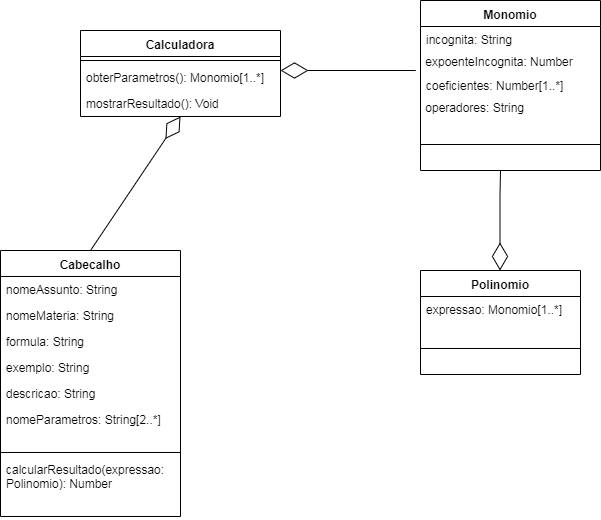
Before: Documentação/DiagramaClasses.png, a diagram exported from draw.io (Rudigus/projeto-orbit). Source tidied: cells renumbered, new cells last; positions are measured from the earlier drawing's top-left corner, leaving out a move shared by most shapes. Its diagram source:
```xml
<mxGraphModel background="#ffffff">
  <root>
    <mxCell id="0" />
    <mxCell id="1" parent="0" />
    <mxCell id="2" style="endArrow=diamondThin;endFill=0;endSize=24;html=1;exitX=0.5;exitY=0;exitDx=0;exitDy=0;entryX=0.5;entryY=1;entryDx=0;entryDy=0;entryPerimeter=0;" parent="1" edge="1" source="7" target="6">
      <mxGeometry relative="1" as="geometry" />
    </mxCell>
    <mxCell id="3" value="Calculadora" style="swimlane;fontStyle=1;align=center;verticalAlign=top;horizontal=1;startSize=26;" parent="1" vertex="1">
      <mxGeometry x="80" y="30" width="200" height="86" as="geometry" />
    </mxCell>
    <mxCell id="4" style="line;strokeWidth=1;fillColor=none;align=left;verticalAlign=middle;spacingTop=-1;spacingLeft=3;spacingRight=3;labelPosition=right;" parent="3" vertex="1">
      <mxGeometry y="26" width="200" height="8" as="geometry" />
    </mxCell>
    <mxCell id="5" value="obterParametros(): Monomio[1..*]" style="text;html=1;strokeColor=none;fillColor=none;align=left;verticalAlign=top;spacingLeft=4;spacingRight=4;whiteSpace=wrap;overflow=hidden;points=[[0,0.5],[1,0.5]];portConstraint=eastwest;" parent="3" vertex="1">
      <mxGeometry y="34" width="200" height="26" as="geometry" />
    </mxCell>
    <mxCell id="6" value="mostrarResultado(): Void" style="text;html=1;strokeColor=none;fillColor=none;align=left;verticalAlign=top;spacingLeft=4;spacingRight=4;whiteSpace=wrap;overflow=hidden;points=[[0,0.5],[1,0.5]];portConstraint=eastwest;" parent="3" vertex="1">
      <mxGeometry y="60" width="200" height="26" as="geometry" />
    </mxCell>
    <mxCell id="7" value="Cabecalho" style="swimlane;fontStyle=1;align=center;verticalAlign=top;horizontal=1;startSize=26;" parent="1" vertex="1">
      <mxGeometry y="250" width="180" height="266" as="geometry" />
    </mxCell>
    <mxCell id="8" value="nomeAssunto: String" style="text;html=1;strokeColor=none;fillColor=none;align=left;verticalAlign=top;spacingLeft=4;spacingRight=4;whiteSpace=wrap;overflow=hidden;" parent="7" vertex="1">
      <mxGeometry y="26" width="180" height="26" as="geometry" />
    </mxCell>
    <mxCell id="9" value="nomeMateria: String" style="text;html=1;strokeColor=none;fillColor=none;align=left;verticalAlign=top;spacingLeft=4;spacingRight=4;whiteSpace=wrap;overflow=hidden;" parent="7" vertex="1">
      <mxGeometry y="52" width="180" height="26" as="geometry" />
    </mxCell>
    <mxCell id="10" value="formula: String" style="text;html=1;strokeColor=none;fillColor=none;align=left;verticalAlign=top;spacingLeft=4;spacingRight=4;whiteSpace=wrap;overflow=hidden;" parent="7" vertex="1">
      <mxGeometry y="78" width="180" height="26" as="geometry" />
    </mxCell>
    <mxCell id="11" value="exemplo: String" style="text;html=1;strokeColor=none;fillColor=none;align=left;verticalAlign=top;spacingLeft=4;spacingRight=4;whiteSpace=wrap;overflow=hidden;" parent="7" vertex="1">
      <mxGeometry y="104" width="180" height="26" as="geometry" />
    </mxCell>
    <mxCell id="12" value="descricao: String" style="text;html=1;strokeColor=none;fillColor=none;align=left;verticalAlign=top;spacingLeft=4;spacingRight=4;whiteSpace=wrap;overflow=hidden;" parent="7" vertex="1">
      <mxGeometry y="130" width="180" height="26" as="geometry" />
    </mxCell>
    <mxCell id="13" value="nomeParametros: String[2..*]" style="text;html=1;strokeColor=none;fillColor=none;align=left;verticalAlign=top;spacingLeft=4;spacingRight=4;whiteSpace=wrap;overflow=hidden;" parent="7" vertex="1">
      <mxGeometry y="156" width="180" height="42" as="geometry" />
    </mxCell>
    <mxCell id="14" style="line;strokeWidth=1;fillColor=none;align=left;verticalAlign=middle;spacingTop=-1;spacingLeft=3;spacingRight=3;labelPosition=right;" parent="7" vertex="1">
      <mxGeometry y="198" width="180" height="8" as="geometry" />
    </mxCell>
    <mxCell id="15" value="calcularResultado(expressao: Polinomio): Number" style="text;html=1;strokeColor=none;fillColor=none;align=left;verticalAlign=top;spacingLeft=4;spacingRight=4;overflow=hidden;whiteSpace=wrap;" parent="7" vertex="1">
      <mxGeometry y="206" width="180" height="60" as="geometry" />
    </mxCell>
    <mxCell id="16" value="Monomio" style="swimlane;fontStyle=1;align=center;verticalAlign=top;horizontal=1;startSize=26;" parent="1" vertex="1">
      <mxGeometry x="420" width="180" height="170" as="geometry" />
    </mxCell>
    <mxCell id="17" value="incognita: String" style="text;html=1;strokeColor=none;fillColor=none;align=left;verticalAlign=top;spacingLeft=4;spacingRight=4;whiteSpace=wrap;overflow=hidden;" parent="16" vertex="1">
      <mxGeometry y="26" width="180" height="26" as="geometry" />
    </mxCell>
    <mxCell id="18" value="&amp;nbsp;expoenteIncognita: Number" style="text;html=1;align=left;verticalAlign=top;spacingTop=-4;" parent="16" vertex="1">
      <mxGeometry y="52" width="180" height="20" as="geometry" />
    </mxCell>
    <mxCell id="19" value="coeficientes: Number[1..*]" style="text;html=1;strokeColor=none;fillColor=none;align=left;verticalAlign=top;spacingLeft=4;spacingRight=4;whiteSpace=wrap;overflow=hidden;points=[[0,0.5],[1,0.5]];portConstraint=eastwest;" parent="16" vertex="1">
      <mxGeometry y="72" width="180" height="26" as="geometry" />
    </mxCell>
    <mxCell id="20" value="&amp;nbsp;operadores: String" style="text;html=1;align=left;verticalAlign=top;spacingTop=-4;fontColor=none;" parent="16" vertex="1">
      <mxGeometry y="98" width="180" height="20" as="geometry" />
    </mxCell>
    <mxCell id="21" style="line;strokeWidth=1;fillColor=none;align=left;verticalAlign=middle;spacingTop=-1;spacingLeft=3;spacingRight=3;labelPosition=right;" parent="16" vertex="1">
      <mxGeometry y="118" width="180" height="52" as="geometry" />
    </mxCell>
    <mxCell id="22" value="Polinomio" style="swimlane;fontStyle=1;align=center;verticalAlign=top;horizontal=1;startSize=26;" parent="1" vertex="1">
      <mxGeometry x="420" y="270" width="160" height="104" as="geometry" />
    </mxCell>
    <mxCell id="23" value="expressao: Monomio[1..*]" style="text;html=1;strokeColor=none;fillColor=none;align=left;verticalAlign=top;spacingLeft=4;spacingRight=4;whiteSpace=wrap;overflow=hidden;" parent="22" vertex="1">
      <mxGeometry y="26" width="160" height="26" as="geometry" />
    </mxCell>
    <mxCell id="24" style="line;strokeWidth=1;fillColor=none;align=left;verticalAlign=middle;spacingTop=-1;spacingLeft=3;spacingRight=3;labelPosition=right;" parent="22" vertex="1">
      <mxGeometry y="52" width="160" height="52" as="geometry" />
    </mxCell>
    <mxCell id="25" style="endArrow=diamondThin;endFill=0;endSize=25;html=1;targetPerimeterSpacing=5;sourcePerimeterSpacing=1;" parent="1" edge="1">
      <mxGeometry relative="1" as="geometry">
        <mxPoint x="500" y="170" as="sourcePoint" />
        <mxPoint x="499.5" y="270" as="targetPoint" />
        <Array as="points">
          <mxPoint x="499.5" y="194.5" />
        </Array>
      </mxGeometry>
    </mxCell>
    <mxCell id="26" style="endArrow=diamondThin;endFill=0;endSize=25;html=1;targetPerimeterSpacing=5;sourcePerimeterSpacing=1;" parent="1" edge="1">
      <mxGeometry relative="1" as="geometry">
        <mxPoint x="340" y="70" as="sourcePoint" />
        <mxPoint x="280" y="70" as="targetPoint" />
        <Array as="points">
          <mxPoint x="420" y="70" />
        </Array>
      </mxGeometry>
    </mxCell>
  </root>
</mxGraphModel>
```
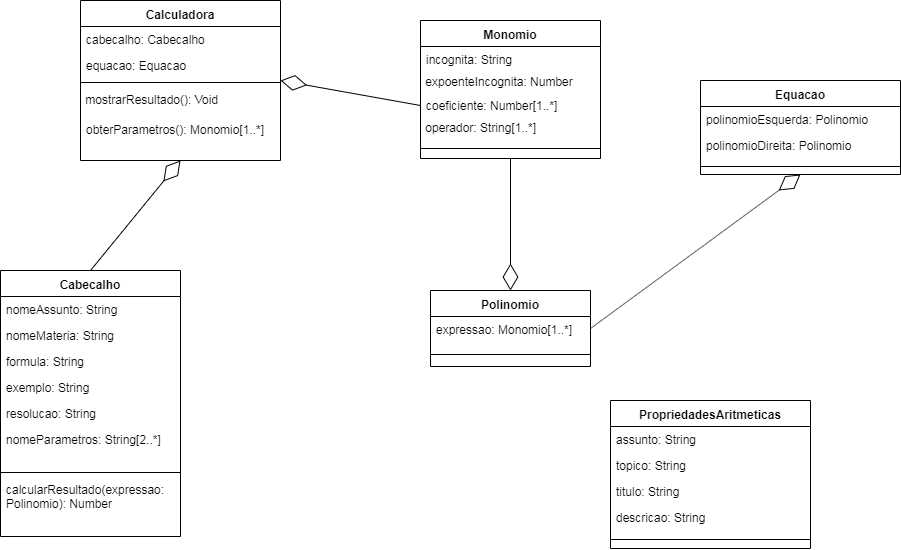
After the change.

Commit message:
mudança ddo diagrama de classes

The edit, as a diff of the source:
```diff
@@ -2,21 +2,9 @@
   <root>
     <mxCell id="0" />
     <mxCell id="1" parent="0" />
-    <mxCell id="2" style="endArrow=diamondThin;endFill=0;endSize=24;html=1;exitX=0.5;exitY=0;exitDx=0;exitDy=0;entryX=0.5;entryY=1;entryDx=0;entryDy=0;entryPerimeter=0;" parent="1" edge="1" source="7" target="6">
+    <mxCell id="2" style="endArrow=diamondThin;endFill=0;endSize=24;html=1;exitX=0.5;exitY=0;exitDx=0;exitDy=0;entryX=0.5;entryY=1;entryDx=0;entryDy=0;entryPerimeter=0;" parent="1" edge="1" source="7" target="5">
       <mxGeometry relative="1" as="geometry" />
     </mxCell>
-    <mxCell id="3" value="Calculadora" style="swimlane;fontStyle=1;align=center;verticalAlign=top;horizontal=1;startSize=26;" parent="1" vertex="1">
-      <mxGeometry x="80" y="30" width="200" height="86" as="geometry" />
-    </mxCell>
-    <mxCell id="4" style="line;strokeWidth=1;fillColor=none;align=left;verticalAlign=middle;spacingTop=-1;spacingLeft=3;spacingRight=3;labelPosition=right;" parent="3" vertex="1">
-      <mxGeometry y="26" width="200" height="8" as="geometry" />
-    </mxCell>
-    <mxCell id="5" value="obterParametros(): Monomio[1..*]" style="text;html=1;strokeColor=none;fillColor=none;align=left;verticalAlign=top;spacingLeft=4;spacingRight=4;whiteSpace=wrap;overflow=hidden;points=[[0,0.5],[1,0.5]];portConstraint=eastwest;" parent="3" vertex="1">
-      <mxGeometry y="34" width="200" height="26" as="geometry" />
-    </mxCell>
-    <mxCell id="6" value="mostrarResultado(): Void" style="text;html=1;strokeColor=none;fillColor=none;align=left;verticalAlign=top;spacingLeft=4;spacingRight=4;whiteSpace=wrap;overflow=hidden;points=[[0,0.5],[1,0.5]];portConstraint=eastwest;" parent="3" vertex="1">
-      <mxGeometry y="60" width="200" height="26" as="geometry" />
-    </mxCell>
     <mxCell id="7" value="Cabecalho" style="swimlane;fontStyle=1;align=center;verticalAlign=top;horizontal=1;startSize=26;" parent="1" vertex="1">
       <mxGeometry y="250" width="180" height="266" as="geometry" />
     </mxCell>
@@ -32,7 +20,7 @@
     <mxCell id="11" value="exemplo: String" style="text;html=1;strokeColor=none;fillColor=none;align=left;verticalAlign=top;spacingLeft=4;spacingRight=4;whiteSpace=wrap;overflow=hidden;" parent="7" vertex="1">
       <mxGeometry y="104" width="180" height="26" as="geometry" />
     </mxCell>
-    <mxCell id="12" value="descricao: String" style="text;html=1;strokeColor=none;fillColor=none;align=left;verticalAlign=top;spacingLeft=4;spacingRight=4;whiteSpace=wrap;overflow=hidden;" parent="7" vertex="1">
+    <mxCell id="12" value="resolucao: String" style="text;html=1;strokeColor=none;fillColor=none;align=left;verticalAlign=top;spacingLeft=4;spacingRight=4;whiteSpace=wrap;overflow=hidden;" parent="7" vertex="1">
       <mxGeometry y="130" width="180" height="26" as="geometry" />
     </mxCell>
     <mxCell id="13" value="nomeParametros: String[2..*]" style="text;html=1;strokeColor=none;fillColor=none;align=left;verticalAlign=top;spacingLeft=4;spacingRight=4;whiteSpace=wrap;overflow=hidden;" parent="7" vertex="1">
@@ -45,7 +33,7 @@
       <mxGeometry y="206" width="180" height="60" as="geometry" />
     </mxCell>
     <mxCell id="16" value="Monomio" style="swimlane;fontStyle=1;align=center;verticalAlign=top;horizontal=1;startSize=26;" parent="1" vertex="1">
-      <mxGeometry x="420" width="180" height="170" as="geometry" />
+      <mxGeometry x="420" width="180" height="138" as="geometry" />
     </mxCell>
     <mxCell id="17" value="incognita: String" style="text;html=1;strokeColor=none;fillColor=none;align=left;verticalAlign=top;spacingLeft=4;spacingRight=4;whiteSpace=wrap;overflow=hidden;" parent="16" vertex="1">
       <mxGeometry y="26" width="180" height="26" as="geometry" />
@@ -53,41 +41,82 @@
     <mxCell id="18" value="&amp;nbsp;expoenteIncognita: Number" style="text;html=1;align=left;verticalAlign=top;spacingTop=-4;" parent="16" vertex="1">
       <mxGeometry y="52" width="180" height="20" as="geometry" />
     </mxCell>
-    <mxCell id="19" value="coeficientes: Number[1..*]" style="text;html=1;strokeColor=none;fillColor=none;align=left;verticalAlign=top;spacingLeft=4;spacingRight=4;whiteSpace=wrap;overflow=hidden;points=[[0,0.5],[1,0.5]];portConstraint=eastwest;" parent="16" vertex="1">
+    <mxCell id="19" value="coeficiente: Number[1..*]" style="text;html=1;strokeColor=none;fillColor=none;align=left;verticalAlign=top;spacingLeft=4;spacingRight=4;whiteSpace=wrap;overflow=hidden;points=[[0,0.5],[1,0.5]];portConstraint=eastwest;" parent="16" vertex="1">
       <mxGeometry y="72" width="180" height="26" as="geometry" />
     </mxCell>
-    <mxCell id="20" value="&amp;nbsp;operadores: String" style="text;html=1;align=left;verticalAlign=top;spacingTop=-4;fontColor=none;" parent="16" vertex="1">
+    <mxCell id="20" value="&amp;nbsp;operador: String[1..*]" style="text;html=1;align=left;verticalAlign=top;spacingTop=-4;fontColor=none;" parent="16" vertex="1">
       <mxGeometry y="98" width="180" height="20" as="geometry" />
     </mxCell>
     <mxCell id="21" style="line;strokeWidth=1;fillColor=none;align=left;verticalAlign=middle;spacingTop=-1;spacingLeft=3;spacingRight=3;labelPosition=right;" parent="16" vertex="1">
-      <mxGeometry y="118" width="180" height="52" as="geometry" />
+      <mxGeometry y="118" width="180" height="20" as="geometry" />
     </mxCell>
     <mxCell id="22" value="Polinomio" style="swimlane;fontStyle=1;align=center;verticalAlign=top;horizontal=1;startSize=26;" parent="1" vertex="1">
-      <mxGeometry x="420" y="270" width="160" height="104" as="geometry" />
+      <mxGeometry x="430" y="270" width="160" height="76" as="geometry" />
     </mxCell>
     <mxCell id="23" value="expressao: Monomio[1..*]" style="text;html=1;strokeColor=none;fillColor=none;align=left;verticalAlign=top;spacingLeft=4;spacingRight=4;whiteSpace=wrap;overflow=hidden;" parent="22" vertex="1">
       <mxGeometry y="26" width="160" height="26" as="geometry" />
     </mxCell>
     <mxCell id="24" style="line;strokeWidth=1;fillColor=none;align=left;verticalAlign=middle;spacingTop=-1;spacingLeft=3;spacingRight=3;labelPosition=right;" parent="22" vertex="1">
-      <mxGeometry y="52" width="160" height="52" as="geometry" />
+      <mxGeometry y="52" width="160" height="24" as="geometry" />
     </mxCell>
-    <mxCell id="25" style="endArrow=diamondThin;endFill=0;endSize=25;html=1;targetPerimeterSpacing=5;sourcePerimeterSpacing=1;" parent="1" edge="1">
-      <mxGeometry relative="1" as="geometry">
-        <mxPoint x="500" y="170" as="sourcePoint" />
-        <mxPoint x="499.5" y="270" as="targetPoint" />
-        <Array as="points">
-          <mxPoint x="499.5" y="194.5" />
-        </Array>
-      </mxGeometry>
-    </mxCell>
-    <mxCell id="26" style="endArrow=diamondThin;endFill=0;endSize=25;html=1;targetPerimeterSpacing=5;sourcePerimeterSpacing=1;" parent="1" edge="1">
-      <mxGeometry relative="1" as="geometry">
-        <mxPoint x="340" y="70" as="sourcePoint" />
-        <mxPoint x="280" y="70" as="targetPoint" />
-        <Array as="points">
-          <mxPoint x="420" y="70" />
-        </Array>
-      </mxGeometry>
-    </mxCell>
+    <mxCell id="3" value="Calculadora" style="swimlane;fontStyle=1;align=center;verticalAlign=top;horizontal=1;startSize=26;" parent="1" vertex="1">
+      <mxGeometry x="80" y="-20" width="200" height="160" as="geometry" />
+    </mxCell>
+    <mxCell id="27" value="cabecalho: Cabecalho" style="text;html=1;strokeColor=none;fillColor=none;align=left;verticalAlign=top;spacingLeft=4;spacingRight=4;whiteSpace=wrap;overflow=hidden;" parent="3" vertex="1">
+      <mxGeometry y="26" width="200" height="26" as="geometry" />
+    </mxCell>
+    <mxCell id="28" value="equacao: Equacao" style="text;html=1;strokeColor=none;fillColor=none;align=left;verticalAlign=top;spacingLeft=4;spacingRight=4;whiteSpace=wrap;overflow=hidden;" parent="3" vertex="1">
+      <mxGeometry y="52" width="200" height="26" as="geometry" />
+    </mxCell>
+    <mxCell id="29" style="line;strokeWidth=1;fillColor=none;align=left;verticalAlign=middle;spacingTop=-1;spacingLeft=3;spacingRight=3;labelPosition=right;" parent="3" vertex="1">
+      <mxGeometry y="78" width="200" height="8" as="geometry" />
+    </mxCell>
+    <mxCell id="6" value="&amp;nbsp;mostrarResultado(): Void" style="text;html=1;" parent="3" vertex="1">
+      <mxGeometry y="86" width="200" height="30" as="geometry" />
+    </mxCell>
+    <mxCell id="5" value="obterParametros(): Monomio[1..*]&amp;nbsp;" style="text;html=1;strokeColor=none;fillColor=none;align=left;verticalAlign=top;spacingLeft=4;spacingRight=4;whiteSpace=wrap;overflow=hidden;points=[[0,0.5],[1,0.5]];portConstraint=eastwest;" parent="3" vertex="1">
+      <mxGeometry y="116" width="200" height="44" as="geometry" />
+    </mxCell>
+    <mxCell id="30" style="endArrow=diamondThin;endFill=0;endSize=24;html=1;exitX=0;exitY=0.5;exitDx=0;exitDy=0;" parent="1" edge="1" source="19">
+      <mxGeometry relative="1" as="geometry">
+        <mxPoint x="280" y="60" as="targetPoint" />
+      </mxGeometry>
+    </mxCell>
+    <mxCell id="31" style="endArrow=diamondThin;endFill=0;endSize=24;html=1;exitX=0.5;exitY=1;exitDx=0;exitDy=0;entryX=0.5;entryY=0;entryDx=0;entryDy=0;" parent="1" edge="1" source="16" target="22">
+      <mxGeometry relative="1" as="geometry" />
+    </mxCell>
+    <mxCell id="32" value="Equacao" style="swimlane;fontStyle=1;align=center;verticalAlign=top;horizontal=1;startSize=26;" parent="1" vertex="1">
+      <mxGeometry x="700" y="60" width="200" height="94" as="geometry" />
+    </mxCell>
+    <mxCell id="33" value="polinomioEsquerda: Polinomio" style="text;html=1;strokeColor=none;fillColor=none;align=left;verticalAlign=top;spacingLeft=4;spacingRight=4;whiteSpace=wrap;overflow=hidden;" parent="32" vertex="1">
+      <mxGeometry y="26" width="200" height="26" as="geometry" />
+    </mxCell>
+    <mxCell id="34" value="polinomioDireita: Polinomio" style="text;html=1;strokeColor=none;fillColor=none;align=left;verticalAlign=top;spacingLeft=4;spacingRight=4;whiteSpace=wrap;overflow=hidden;" parent="32" vertex="1">
+      <mxGeometry y="52" width="200" height="26" as="geometry" />
+    </mxCell>
+    <mxCell id="35" style="line;strokeWidth=1;fillColor=none;align=left;verticalAlign=middle;spacingTop=-1;spacingLeft=3;spacingRight=3;labelPosition=right;" parent="32" vertex="1">
+      <mxGeometry y="78" width="200" height="16" as="geometry" />
+    </mxCell>
+    <mxCell id="36" style="endArrow=diamondThin;endFill=0;endSize=24;html=1;entryX=0.5;entryY=1;entryDx=0;entryDy=0;exitX=1;exitY=0.5;exitDx=0;exitDy=0;" parent="1" edge="1" source="22" target="32">
+      <mxGeometry relative="1" as="geometry" />
+    </mxCell>
+    <mxCell id="37" value="PropriedadesAritmeticas" style="swimlane;fontStyle=1;align=center;verticalAlign=top;horizontal=1;startSize=26;" parent="1" vertex="1">
+      <mxGeometry x="610" y="380" width="200" height="148" as="geometry" />
+    </mxCell>
+    <mxCell id="38" value="assunto: String" style="text;html=1;strokeColor=none;fillColor=none;align=left;verticalAlign=top;spacingLeft=4;spacingRight=4;whiteSpace=wrap;overflow=hidden;" parent="37" vertex="1">
+      <mxGeometry y="26" width="200" height="26" as="geometry" />
+    </mxCell>
+    <mxCell id="39" value="topico: String" style="text;html=1;strokeColor=none;fillColor=none;align=left;verticalAlign=top;spacingLeft=4;spacingRight=4;whiteSpace=wrap;overflow=hidden;" parent="37" vertex="1">
+      <mxGeometry y="52" width="200" height="26" as="geometry" />
+    </mxCell>
+    <mxCell id="40" value="titulo: String" style="text;html=1;strokeColor=none;fillColor=none;align=left;verticalAlign=top;spacingLeft=4;spacingRight=4;whiteSpace=wrap;overflow=hidden;" parent="37" vertex="1">
+      <mxGeometry y="78" width="200" height="26" as="geometry" />
+    </mxCell>
+    <mxCell id="41" value="descricao: String" style="text;html=1;strokeColor=none;fillColor=none;align=left;verticalAlign=top;spacingLeft=4;spacingRight=4;whiteSpace=wrap;overflow=hidden;" parent="37" vertex="1">
+      <mxGeometry y="104" width="200" height="26" as="geometry" />
+    </mxCell>
+    <mxCell id="42" style="line;strokeWidth=1;fillColor=none;align=left;verticalAlign=middle;spacingTop=-1;spacingLeft=3;spacingRight=3;labelPosition=right;" parent="37" vertex="1">
+      <mxGeometry y="130" width="200" height="18" as="geometry" />
+    </mxCell>
   </root>
 </mxGraphModel>
```
